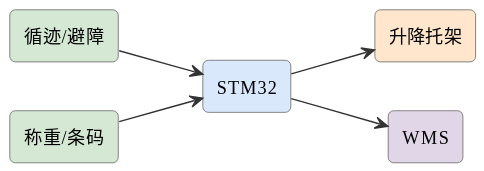
Above: assets/diagrams/ideas-fig73.svg in mingyi0818/IntelligentMcuCourse (PlantUML), before the change.
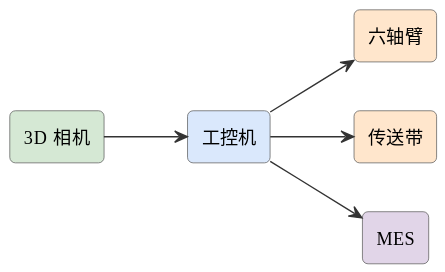
The same file after the commit.

What changed in the source:
```diff
@@ -6,13 +6,13 @@
 skinparam arrowFontSize 11
 skinparam arrowColor #333
 left to right direction
-rectangle "循迹/避障" as line #d5e8d4
-rectangle "STM32" as stm #dae8fc
-rectangle "升降托架" as lift #ffe6cc
-rectangle "称重/条码" as w #d5e8d4
-rectangle "WMS" as wms #e1d5e8
-line --> stm
-stm --> lift
-w --> stm
-stm --> wms
+rectangle "3D 相机" as cam3 #d5e8d4
+rectangle "工控机" as pc #dae8fc
+rectangle "六轴臂" as arm #ffe6cc
+rectangle "传送带" as conv #ffe6cc
+rectangle "MES" as mes #e1d5e8
+cam3 --> pc
+pc --> arm
+pc --> conv
+pc --> mes
 @enduml
```
